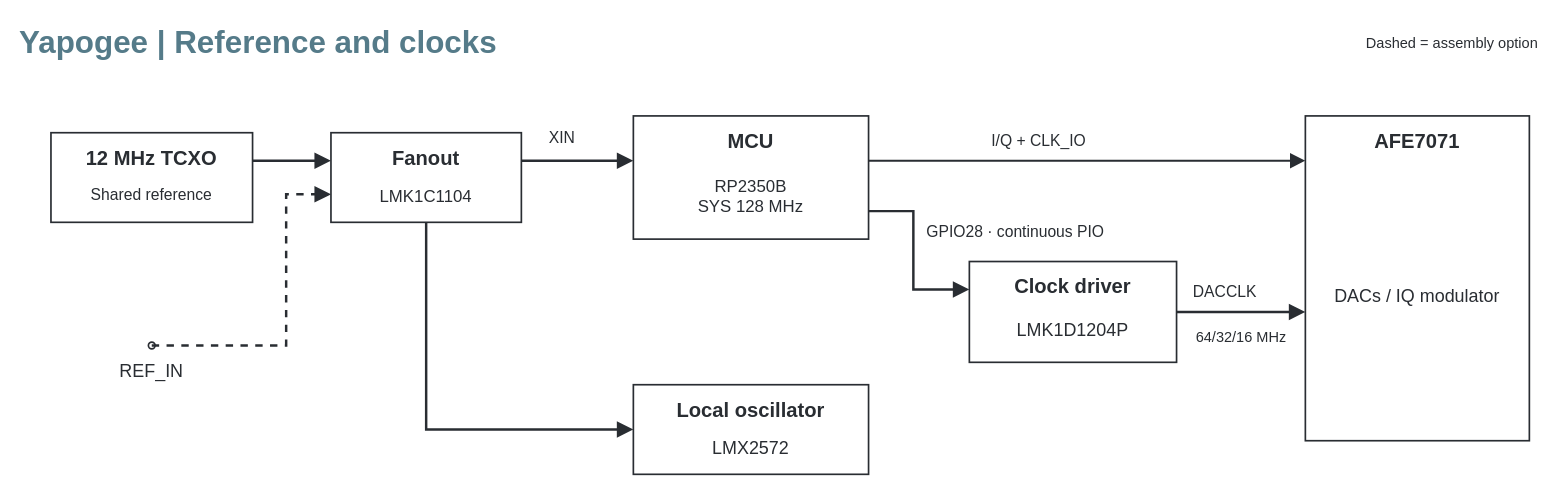
This is page "Reference and clocks" (2 of 3) of hardware/devboard/architecture/architecture.drawio from Rivercraft911/yapogee, a draw.io file, before an edit. Source tidied: cells renumbered, new cells numbered last; positions are measured from the earlier drawing's top-left corner, leaving out a move shared by most shapes. Both pictures are drawn from the tidied source at 112%, with x=0, y=0 at pixel (19, 19).
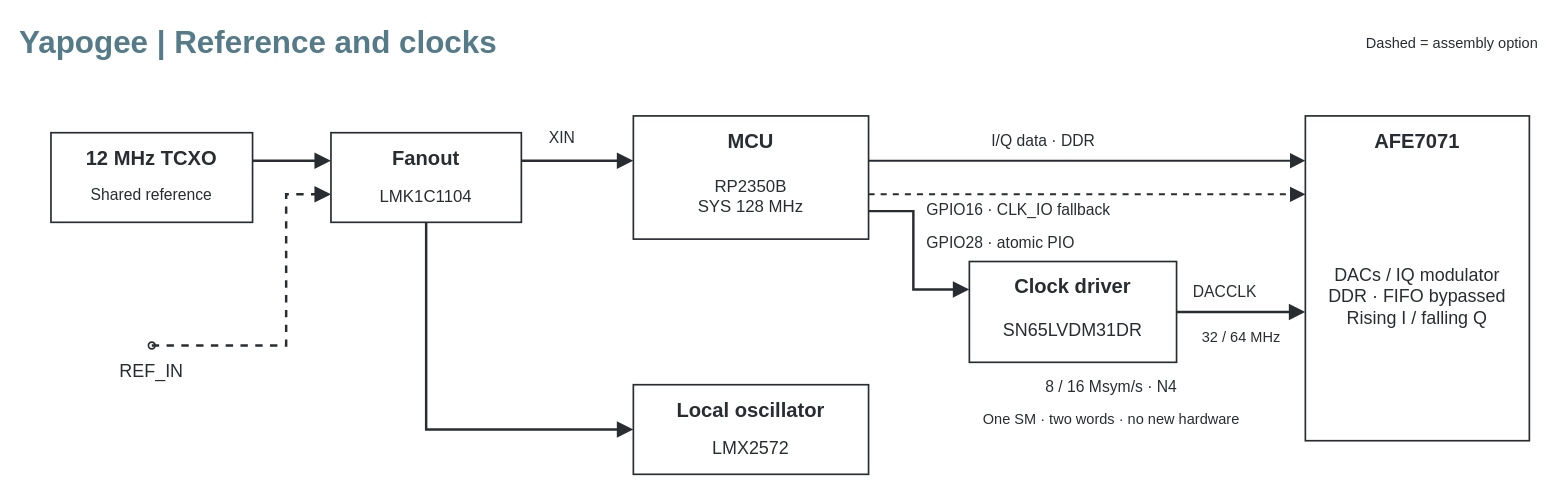
Above is the later version.

Unchanged cells that the change refers to:
```xml
<mxCell id="16" style="group;html=0;" parent="1" vertex="1">
  <mxGeometry x="548" y="86" width="210" height="110" as="geometry" />
</mxCell>
<mxCell id="27" style="group;html=0;" parent="1" vertex="1">
  <mxGeometry x="848" y="216" width="185" height="90" as="geometry" />
</mxCell>
<mxCell id="31" style="group;html=0;" parent="1" vertex="1">
  <mxGeometry x="1148" y="86" width="200" height="290" as="geometry" />
</mxCell>
```

Change to the diagram source:
```diff
@@
-    <mxCell id="30" value="LMK1D1204P" style="text;html=0;whiteSpace=wrap;overflow=hidden;rounded=0;fillColor=none;strokeColor=none;fontFamily=Arial;fontSize=16;fontColor=#292d32;fontStyle=0;align=center;verticalAlign=middle;spacing=0;" parent="27" vertex="1">
+    <mxCell id="30" value="SN65LVDM31DR" style="text;html=0;whiteSpace=wrap;overflow=hidden;rounded=0;fillColor=none;strokeColor=none;fontFamily=Arial;fontSize=16;fontColor=#292d32;fontStyle=0;align=center;verticalAlign=middle;spacing=0;" parent="27" vertex="1">
       <mxGeometry x="12" y="42" width="161" height="38" as="geometry" />
     </mxCell>
@@
-    <mxCell id="34" value="DACs / IQ modulator" style="text;html=0;whiteSpace=wrap;overflow=hidden;rounded=0;fillColor=none;strokeColor=none;fontFamily=Arial;fontSize=16;fontColor=#292d32;fontStyle=0;align=center;verticalAlign=middle;spacing=0;" parent="31" vertex="1">
+    <mxCell id="34" value="DACs / IQ modulator&#10;DDR · FIFO bypassed&#10;Rising I / falling Q" style="text;html=0;whiteSpace=wrap;overflow=hidden;rounded=0;fillColor=none;strokeColor=none;fontFamily=Arial;fontSize=16;fontColor=#292d32;fontStyle=0;align=center;verticalAlign=middle;spacing=0;" parent="31" vertex="1">
       <mxGeometry x="12" y="42" width="176" height="238" as="geometry" />
     </mxCell>
@@
-    <mxCell id="36" value="GPIO28 · continuous PIO" style="text;html=0;whiteSpace=wrap;overflow=hidden;rounded=0;fillColor=none;strokeColor=none;fontFamily=Arial;fontSize=14;fontColor=#292d32;fontStyle=0;align=left;verticalAlign=middle;spacing=0;" parent="1" vertex="1">
-      <mxGeometry x="810" y="177" width="225" height="25" as="geometry" />
+    <mxCell id="36" value="GPIO28 · atomic PIO" style="text;html=0;whiteSpace=wrap;overflow=hidden;rounded=0;fillColor=none;strokeColor=none;fontFamily=Arial;fontSize=14;fontColor=#292d32;fontStyle=0;align=left;verticalAlign=middle;spacing=0;" parent="1" vertex="1">
+      <mxGeometry x="810" y="186" width="225" height="25" as="geometry" />
     </mxCell>
@@
-    <mxCell id="39" value="64/32/16 MHz" style="text;html=0;whiteSpace=wrap;overflow=hidden;rounded=0;fillColor=none;strokeColor=none;fontFamily=Arial;fontSize=13;fontColor=#292d32;fontStyle=0;align=center;verticalAlign=middle;spacing=0;" parent="1" vertex="1">
+    <mxCell id="39" value="32 / 64 MHz" style="text;html=0;whiteSpace=wrap;overflow=hidden;rounded=0;fillColor=none;strokeColor=none;fontFamily=Arial;fontSize=13;fontColor=#292d32;fontStyle=0;align=center;verticalAlign=middle;spacing=0;" parent="1" vertex="1">
       <mxGeometry x="1036" y="271" width="110" height="24" as="geometry" />
     </mxCell>
-    <mxCell id="40" style="edgeStyle=none;jettySize=0;rounded=0;html=0;strokeColor=#292d32;strokeWidth=1.8;endArrow=block;endSize=9;endFill=1;startArrow=none;dashed=0;exitX=1;exitY=0.3636;exitPerimeter=0;entryX=0;entryY=0.1379;entryPerimeter=0;" parent="1" edge="1" source="16" target="31">
-      <mxGeometry relative="1" as="geometry" />
+    <mxCell id="40" value="8 / 16 Msym/s · N4" style="text;html=0;whiteSpace=wrap;overflow=hidden;rounded=0;fillColor=none;strokeColor=none;fontFamily=Arial;fontSize=14;fontColor=#292d32;fontStyle=0;align=center;verticalAlign=middle;spacing=0;" parent="1" vertex="1">
+      <mxGeometry x="810" y="316" width="330" height="24" as="geometry" />
     </mxCell>
-    <mxCell id="41" value="I/Q + CLK_IO" style="text;html=0;whiteSpace=wrap;overflow=hidden;rounded=0;fillColor=none;strokeColor=none;fontFamily=Arial;fontSize=14;fontColor=#292d32;fontStyle=0;align=left;verticalAlign=middle;spacing=0;" parent="1" vertex="1">
-      <mxGeometry x="868" y="96" width="200" height="24" as="geometry" />
+    <mxCell id="41" value="One SM · two words · no new hardware" style="text;html=0;whiteSpace=wrap;overflow=hidden;rounded=0;fillColor=none;strokeColor=none;fontFamily=Arial;fontSize=13;fontColor=#292d32;fontStyle=0;align=center;verticalAlign=middle;spacing=0;" parent="1" vertex="1">
+      <mxGeometry x="810" y="345" width="330" height="24" as="geometry" />
     </mxCell>
+    <mxCell id="42" style="edgeStyle=none;jettySize=0;rounded=0;html=0;strokeColor=#292d32;strokeWidth=1.8;endArrow=block;endSize=9;endFill=1;startArrow=none;dashed=0;exitX=1;exitY=0.3636;exitPerimeter=0;entryX=0;entryY=0.1379;entryPerimeter=0;" parent="1" edge="1" source="16" target="31">
+      <mxGeometry relative="1" as="geometry" />
+    </mxCell>
+    <mxCell id="43" value="I/Q data · DDR" style="text;html=0;whiteSpace=wrap;overflow=hidden;rounded=0;fillColor=none;strokeColor=none;fontFamily=Arial;fontSize=14;fontColor=#292d32;fontStyle=0;align=left;verticalAlign=middle;spacing=0;" parent="1" vertex="1">
+      <mxGeometry x="868" y="96" width="200" height="24" as="geometry" />
+    </mxCell>
+    <mxCell id="44" style="edgeStyle=none;jettySize=0;rounded=0;html=0;strokeColor=#292d32;strokeWidth=1.8;endArrow=block;endSize=9;endFill=1;startArrow=none;dashed=1;exitX=1;exitY=0.6364;exitPerimeter=0;entryX=0;entryY=0.2414;entryPerimeter=0;" parent="1" edge="1" source="16" target="31">
+      <mxGeometry relative="1" as="geometry" />
+    </mxCell>
+    <mxCell id="45" value="GPIO16 · CLK_IO fallback" style="text;html=0;whiteSpace=wrap;overflow=hidden;rounded=0;fillColor=none;strokeColor=none;fontFamily=Arial;fontSize=14;fontColor=#292d32;fontStyle=0;align=left;verticalAlign=middle;spacing=0;" parent="1" vertex="1">
+      <mxGeometry x="810" y="158" width="330" height="24" as="geometry" />
+    </mxCell>
```
